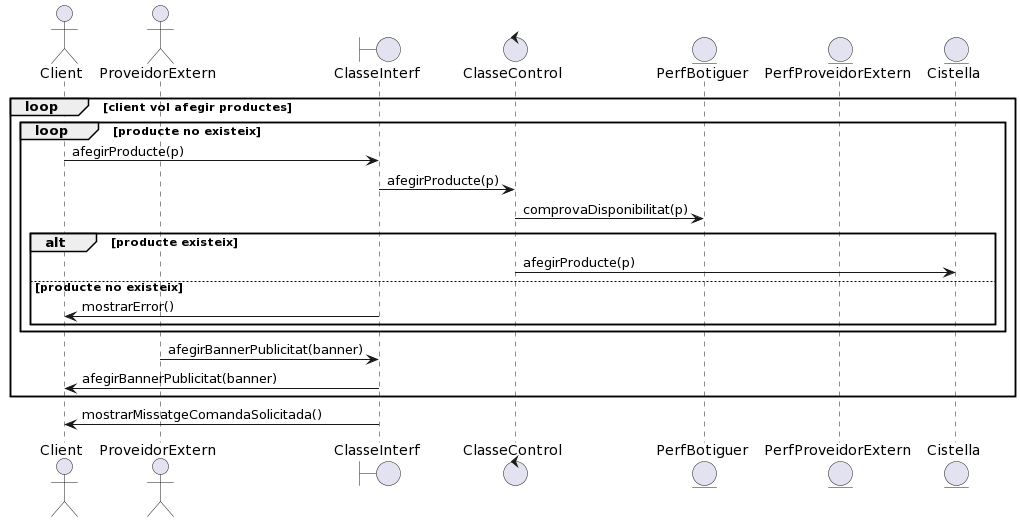
Earlier version of the PlantUML export diagrams/sprint3_diag_sequencia_solicitud_comanda.png (yeray142/es2022uab). Its diagram source:
```plantuml
@startuml
actor Client
actor ProveidorExtern
boundary ClasseInterf
control ClasseControl
entity PerfBotiguer
entity PerfProveidorExtern
entity Cistella

loop client vol afegir productes
  loop producte no existeix
    Client -> ClasseInterf : afegirProducte(p)
    ClasseInterf -> ClasseControl : afegirProducte(p)
    ClasseControl -> PerfBotiguer : comprovaDisponibilitat(p)
    alt producte existeix
      ClasseControl -> Cistella : afegirProducte(p)
    else producte no existeix
      ClasseInterf -> Client : mostrarError()
    end
  end

  ProveidorExtern -> ClasseInterf : afegirBannerPublicitat(banner)
  ClasseInterf -> Client : afegirBannerPublicitat(banner)
end
ClasseInterf -> Client : mostrarMissatgeComandaSolicitada()
@enduml
```
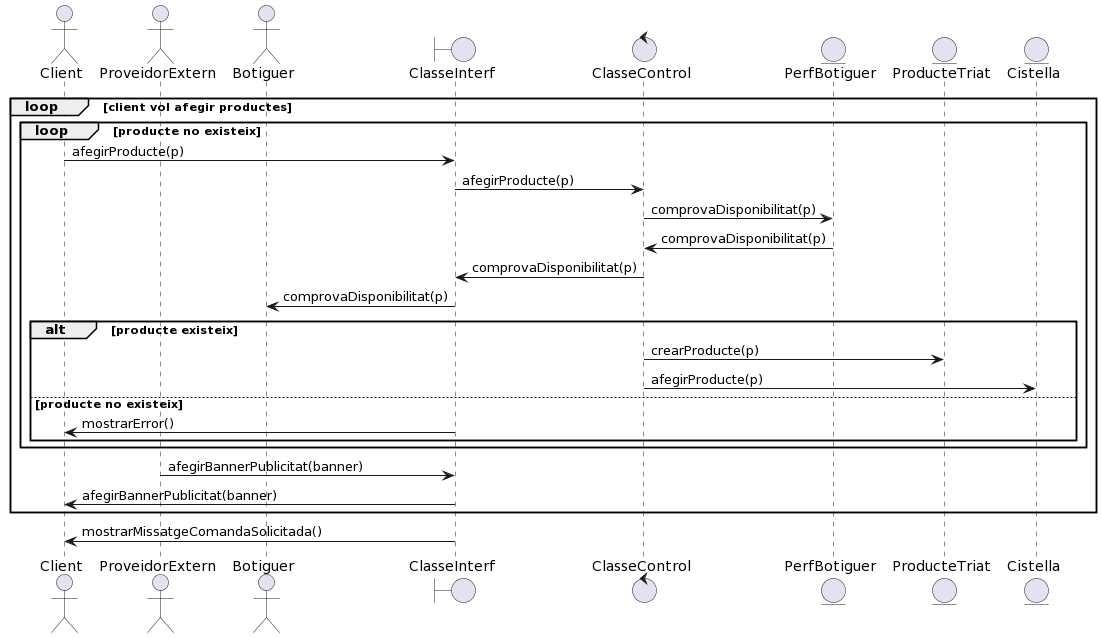
After the commit.

Change to the diagram source:
```diff
@@ -1,10 +1,11 @@
 @startuml
 actor Client
 actor ProveidorExtern
+actor Botiguer
 boundary ClasseInterf
 control ClasseControl
 entity PerfBotiguer
-entity PerfProveidorExtern
+entity ProducteTriat
 entity Cistella
 
 loop client vol afegir productes
@@ -12,7 +13,11 @@
     Client -> ClasseInterf : afegirProducte(p)
     ClasseInterf -> ClasseControl : afegirProducte(p)
     ClasseControl -> PerfBotiguer : comprovaDisponibilitat(p)
+    PerfBotiguer -> ClasseControl : comprovaDisponibilitat(p)
+    ClasseControl -> ClasseInterf : comprovaDisponibilitat(p)
+    ClasseInterf -> Botiguer : comprovaDisponibilitat(p)
     alt producte existeix
+      ClasseControl -> ProducteTriat : crearProducte(p)
       ClasseControl -> Cistella : afegirProducte(p)
     else producte no existeix
       ClasseInterf -> Client : mostrarError()
```
